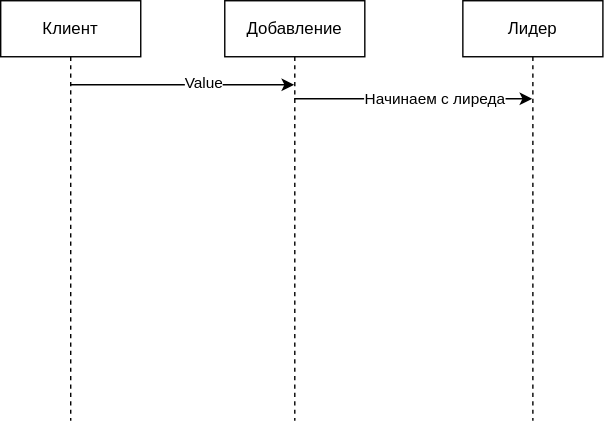
Before: База/Структуры данных/2. Быстро находить данные и проверять условия/2.3. Проверять принадлежность и уникальность/Множество (Set)/TreeSetAvl.sequence.drawio.svg, a diagram exported from draw.io (kosukhin/catalog). Source tidied: cells renumbered, new cells last; positions are measured from the earlier drawing's top-left corner, leaving out a move shared by most shapes.
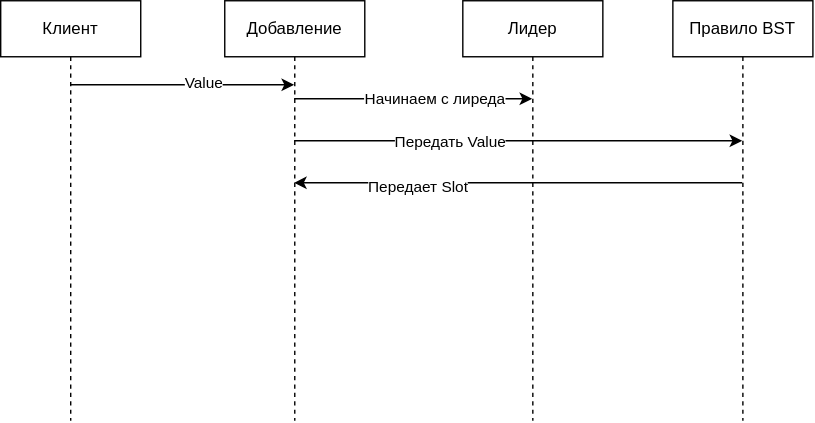
The same file after the commit.

Change to the diagram source:
```diff
@@ -31,5 +31,30 @@
     <mxCell id="8" value="Начинаем с лиреда" style="edgeLabel;html=1;align=center;verticalAlign=middle;" parent="7" vertex="1">
       <mxGeometry x="0.17" y="1" relative="1" as="geometry" />
     </mxCell>
+    <mxCell id="9" value="Правило BST" style="shape=umlLifeline;perimeter=lifelinePerimeter;whiteSpace=wrap;html=1;outlineConnect=0;portConstraint=eastwest;newEdgeStyle={&quot;edgeStyle&quot;:&quot;sequenceEdgeStyle&quot;,&quot;libavoidRouting&quot;:0,&quot;curved&quot;:0,&quot;rounded&quot;:0};" parent="1" vertex="1">
+      <mxGeometry x="480" width="100" height="300" as="geometry" />
+    </mxCell>
+    <mxCell id="10" style="edgeStyle=sequenceEdgeStyle;html=1;libavoidRouting=0;curved=0;rounded=0;" parent="1" edge="1" source="3" target="9">
+      <mxGeometry relative="1" as="geometry">
+        <Array as="points">
+          <mxPoint x="369.5" y="100" />
+        </Array>
+      </mxGeometry>
+    </mxCell>
+    <mxCell id="11" value="Передать Value" style="edgeLabel;html=1;align=center;verticalAlign=middle;" parent="10" vertex="1">
+      <mxGeometry x="-0.31" relative="1" as="geometry">
+        <mxPoint x="1" as="offset" />
+      </mxGeometry>
+    </mxCell>
+    <mxCell id="12" style="edgeStyle=sequenceEdgeStyle;html=1;libavoidRouting=0;curved=0;rounded=0;" parent="1" edge="1" source="9" target="3">
+      <mxGeometry relative="1" as="geometry">
+        <Array as="points">
+          <mxPoint x="240" y="130" />
+        </Array>
+      </mxGeometry>
+    </mxCell>
+    <mxCell id="13" value="Передает Slot" style="edgeLabel;html=1;align=center;verticalAlign=middle;" parent="12" vertex="1">
+      <mxGeometry x="0.45" y="2" relative="1" as="geometry" />
+    </mxCell>
   </root>
 </mxGraphModel>
```
